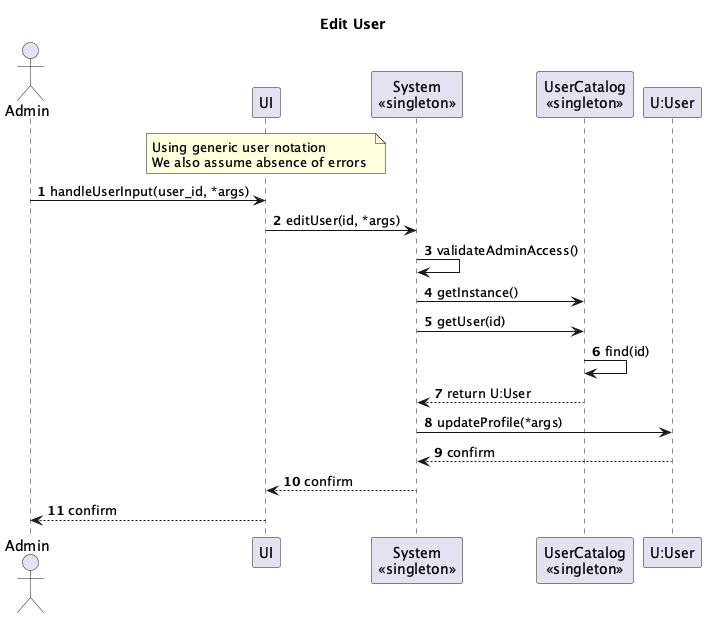
Above: System-Diagrams/UML Interaction/Admin/Admin-Interaction-Diagrams_003.png in vibqetowi/soen-342-project (PlantUML), before the change. Source of this version:
```plantuml
@startuml
actor Admin
participant UI
participant "System\n<<singleton>>" as System
participant "UserCatalog\n<<singleton>>" as UserCatalog
participant "U:User" as User

note over UI
Using generic user notation
We also assume absence of errors
end note

title Edit User

autonumber

Admin -> UI: handleUserInput(user_id, *args)
UI -> System: editUser(id, *args)

System -> System: validateAdminAccess()
System -> UserCatalog: getInstance()
System -> UserCatalog: getUser(id)
UserCatalog -> UserCatalog: find(id)
UserCatalog --> System: return U:User

System -> User: updateProfile(*args)
User --> System: confirm
System --> UI: confirm
UI --> Admin: confirm
@enduml
```
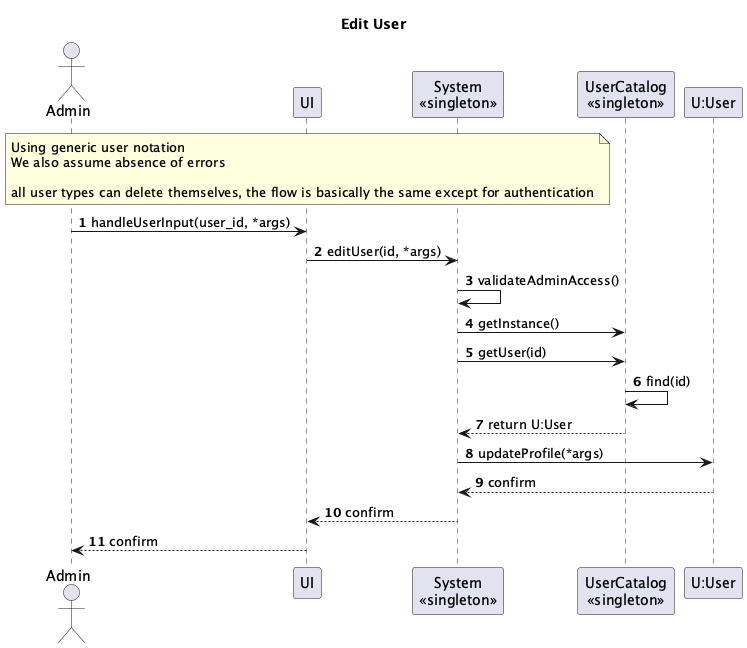
Later version of the same file.

The edit, as a diff of the source:
```diff
@@ -8,6 +8,8 @@
 note over UI
 Using generic user notation
 We also assume absence of errors
+
+all user types can delete themselves, the flow is basically the same except for authentication
 end note
 
 title Edit User
```
